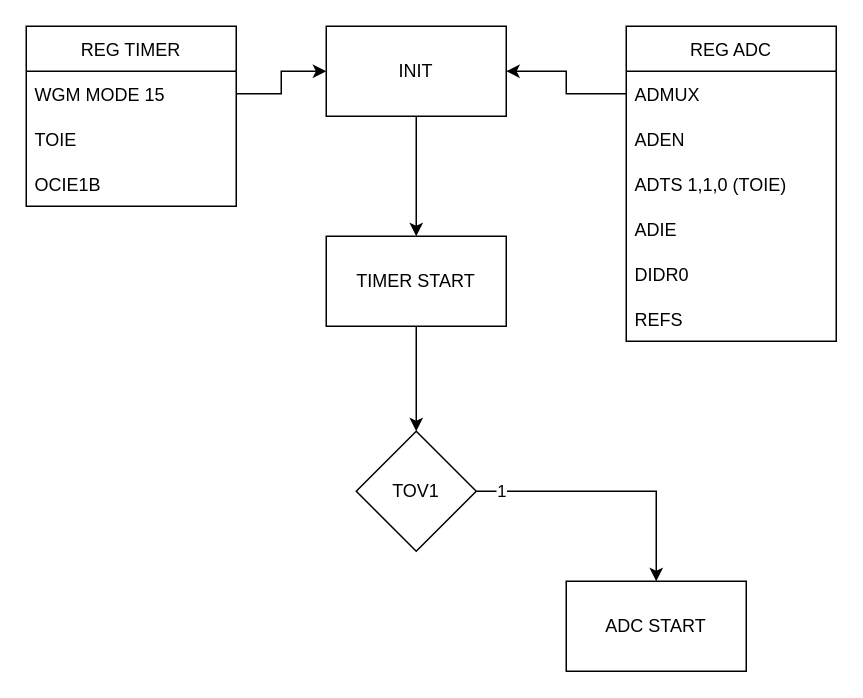
Earlier version of the draw.io diagram atmega_logic.drawio (karetah/tr2022). Source tidied: cells renumbered, new cells numbered last; positions are measured from the earlier drawing's top-left corner, leaving out a move shared by most shapes. Both pictures are drawn from the tidied source at 150%, with x=0, y=0 at pixel (26, 26).
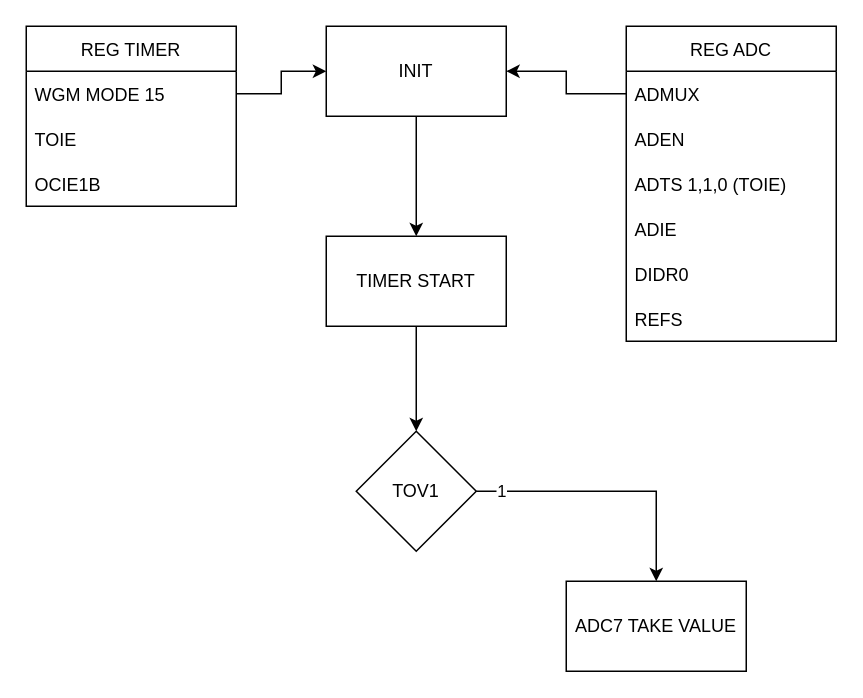
The same page after the edit.

Diff of the diagram source:
```diff
@@
-    <mxCell id="22" value="ADC START" style="rounded=0;whiteSpace=wrap;html=1;" parent="1" vertex="1">
+    <mxCell id="22" value="ADC7 TAKE VALUE" style="rounded=0;whiteSpace=wrap;html=1;" parent="1" vertex="1">
       <mxGeometry x="360" y="370" width="120" height="60" as="geometry" />
     </mxCell>
```
